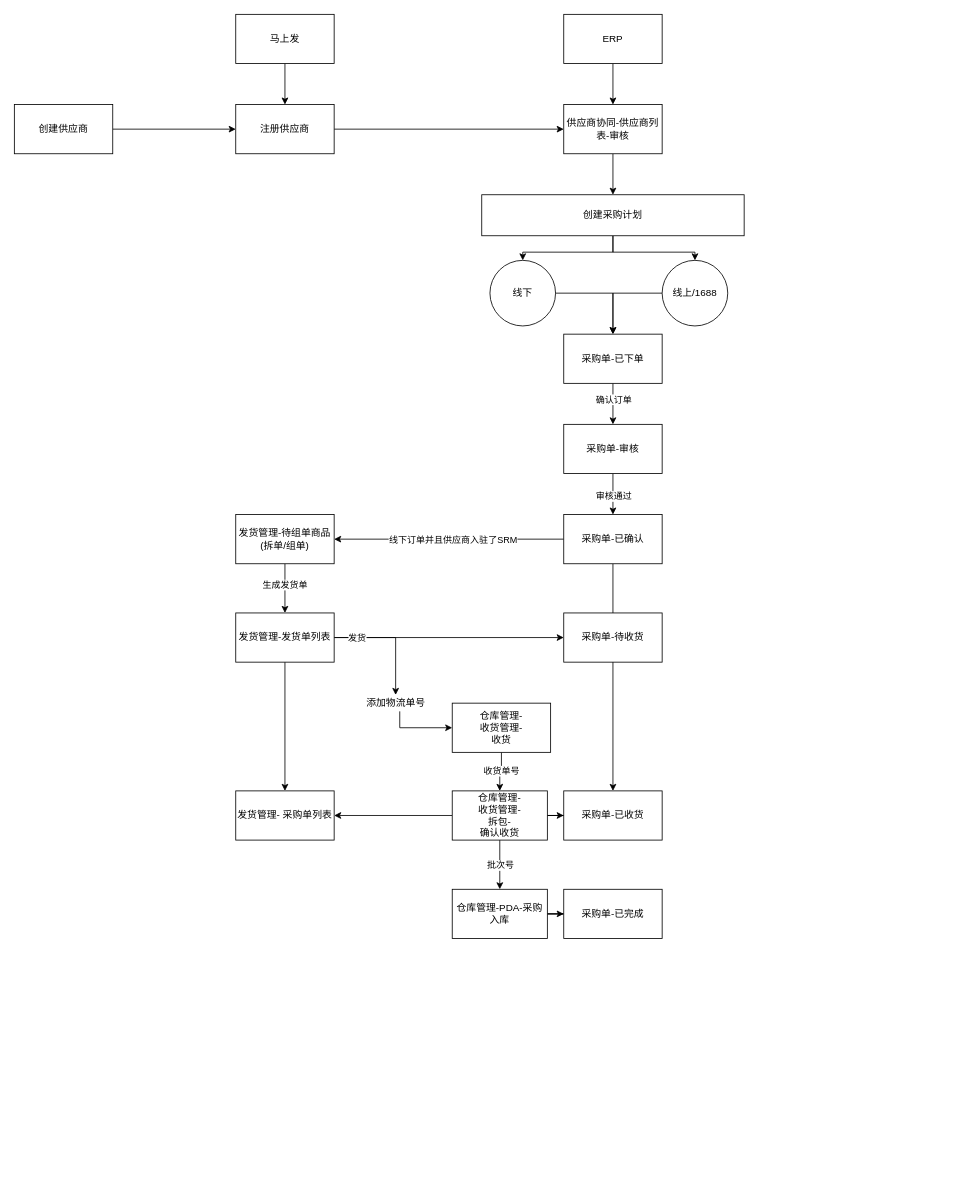
Earlier version of the draw.io diagram Untitled Diagram.drawio (gmkgmk/blog). Source tidied: cells renumbered, new cells numbered last; positions are measured from the earlier drawing's top-left corner, leaving out a move shared by most shapes. Both pictures are drawn from the tidied source at 82%, with x=0, y=0 at pixel (14, 14).
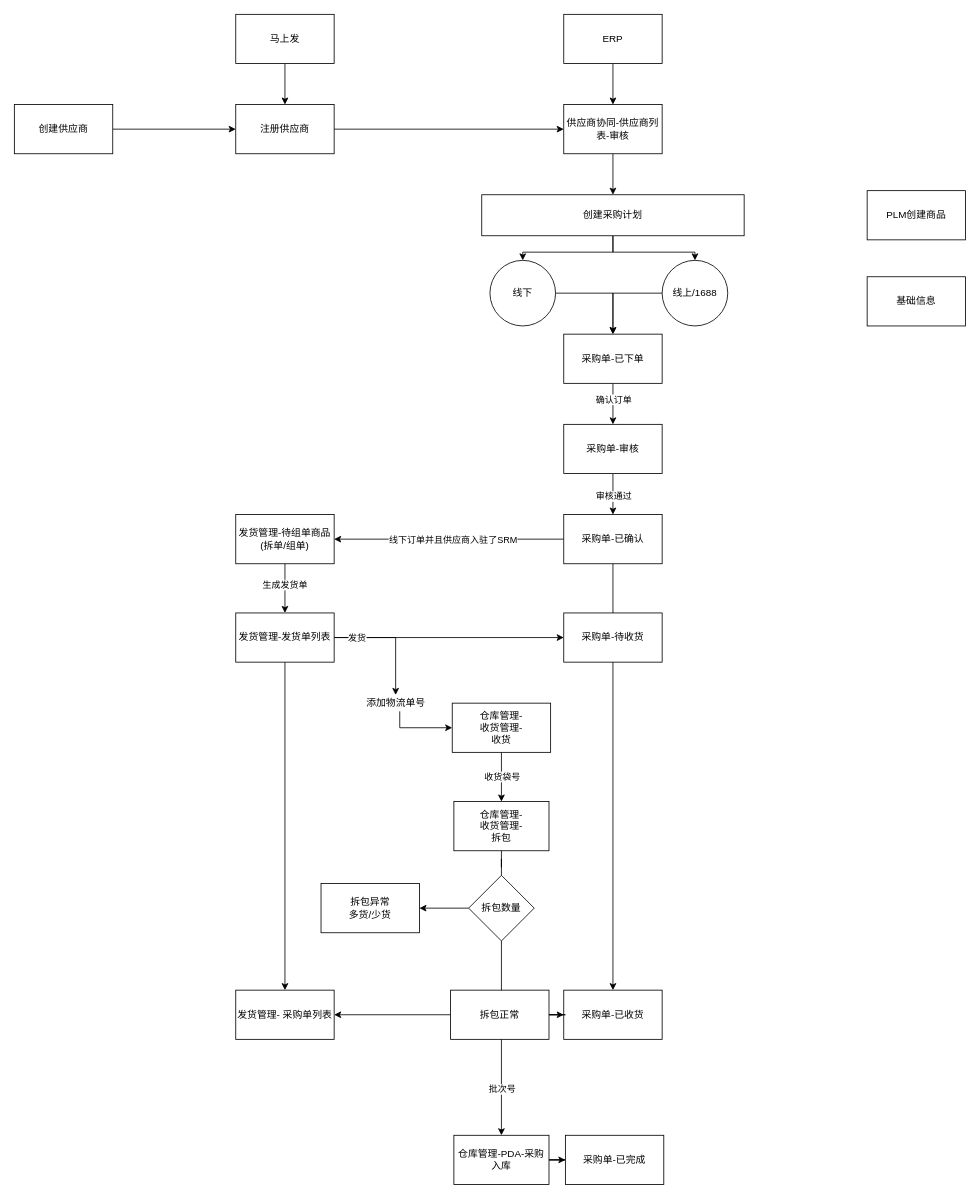
The same page after the edit.

Unchanged cells that the change refers to:
```xml
<mxCell id="37" style="edgeStyle=orthogonalEdgeStyle;rounded=0;jettySize=auto;html=1;" parent="1" edge="1" source="39" target="46">
  <mxGeometry relative="1" as="geometry" />
</mxCell>
```

The edit, as a diff of the source:
```diff
@@
-    <mxCell id="38" value="收货单号" style="edgeLabel;html=1;align=center;verticalAlign=middle;" parent="37" vertex="1">
-      <mxGeometry x="-0.12" y="-1" relative="1" as="geometry" />
-    </mxCell>
+    <mxCell id="53" value="收货袋号" style="edgeLabel;html=1;align=center;verticalAlign=middle;" parent="37" vertex="1">
+      <mxGeometry x="-0.04" y="-3" relative="1" as="geometry">
+        <mxPoint x="3" as="offset" />
+      </mxGeometry>
+    </mxCell>
@@
-    <mxCell id="42" style="edgeStyle=orthogonalEdgeStyle;rounded=0;jettySize=auto;html=1;entryX=0.5;entryY=0;entryDx=0;entryDy=0;" parent="1" edge="1" source="46" target="48">
+    <mxCell id="42" style="edgeStyle=orthogonalEdgeStyle;rounded=0;jettySize=auto;html=1;entryX=0.5;entryY=0;entryDx=0;entryDy=0;startArrow=none;" parent="1" edge="1" source="55" target="48">
       <mxGeometry relative="1" as="geometry" />
     </mxCell>
     <mxCell id="43" value="批次号" style="edgeLabel;html=1;align=center;verticalAlign=middle;" parent="42" vertex="1">
       <mxGeometry x="0.33" y="1" relative="1" as="geometry">
-        <mxPoint x="-1" y="-10" as="offset" />
+        <mxPoint x="-1" y="22" as="offset" />
       </mxGeometry>
     </mxCell>
-    <mxCell id="44" style="edgeStyle=orthogonalEdgeStyle;rounded=0;jettySize=auto;html=1;entryX=1;entryY=0.5;entryDx=0;entryDy=0;" parent="1" edge="1" source="46" target="50">
-      <mxGeometry relative="1" as="geometry" />
-    </mxCell>
-    <mxCell id="45" style="edgeStyle=orthogonalEdgeStyle;rounded=0;jettySize=auto;html=1;" parent="1" edge="1" source="46" target="49">
-      <mxGeometry relative="1" as="geometry" />
-    </mxCell>
-    <mxCell id="46" value="仓库管理-&lt;br&gt;收货管理-&lt;br&gt;拆包-&lt;br&gt;确认收货" style="rounded=0;whiteSpace=wrap;html=1;" parent="1" vertex="1">
-      <mxGeometry x="534" y="947" width="116" height="60" as="geometry" />
+    <mxCell id="46" value="仓库管理-&lt;br&gt;收货管理-&lt;br&gt;拆包" style="rounded=0;whiteSpace=wrap;html=1;" parent="1" vertex="1">
+      <mxGeometry x="536" y="960" width="116" height="60" as="geometry" />
     </mxCell>
@@
     <mxCell id="48" value="仓库管理-PDA-采购入库" style="rounded=0;whiteSpace=wrap;html=1;" parent="1" vertex="1">
-      <mxGeometry x="534" y="1067" width="116" height="60" as="geometry" />
+      <mxGeometry x="536" y="1367" width="116" height="60" as="geometry" />
     </mxCell>
     <mxCell id="49" value="采购单-已收货" style="rounded=0;whiteSpace=wrap;html=1;" parent="1" vertex="1">
-      <mxGeometry x="670" y="947" width="120" height="60" as="geometry" />
+      <mxGeometry x="670" y="1190" width="120" height="60" as="geometry" />
     </mxCell>
     <mxCell id="50" value="发货管理- 采购单列表" style="rounded=0;whiteSpace=wrap;html=1;" parent="1" vertex="1">
-      <mxGeometry x="270" y="947" width="120" height="60" as="geometry" />
+      <mxGeometry x="270" y="1190" width="120" height="60" as="geometry" />
     </mxCell>
     <mxCell id="51" value="采购单-已完成" style="rounded=0;whiteSpace=wrap;html=1;" parent="1" vertex="1">
-      <mxGeometry x="670" y="1067" width="120" height="60" as="geometry" />
+      <mxGeometry x="672" y="1367" width="120" height="60" as="geometry" />
     </mxCell>
@@
+    <mxCell id="54" style="edgeStyle=orthogonalEdgeStyle;rounded=0;jettySize=auto;html=1;" parent="1" edge="1" source="55" target="60">
+      <mxGeometry relative="1" as="geometry" />
+    </mxCell>
+    <mxCell id="55" value="&lt;span&gt;拆包数量&lt;/span&gt;" style="rhombus;whiteSpace=wrap;html=1;" parent="1" vertex="1">
+      <mxGeometry x="554" y="1050" width="80" height="80" as="geometry" />
+    </mxCell>
+    <mxCell id="56" style="edgeStyle=orthogonalEdgeStyle;rounded=0;jettySize=auto;html=1;entryX=0.5;entryY=0;entryDx=0;entryDy=0;endArrow=none;" parent="1" edge="1" source="46" target="55">
+      <mxGeometry relative="1" as="geometry" />
+    </mxCell>
+    <mxCell id="57" style="edgeStyle=orthogonalEdgeStyle;rounded=0;jettySize=auto;html=1;" parent="1" edge="1" source="59" target="49">
+      <mxGeometry relative="1" as="geometry" />
+    </mxCell>
+    <mxCell id="58" style="edgeStyle=orthogonalEdgeStyle;rounded=0;jettySize=auto;html=1;" parent="1" edge="1" source="59" target="50">
+      <mxGeometry relative="1" as="geometry" />
+    </mxCell>
+    <mxCell id="59" value="拆包正常" style="rounded=0;whiteSpace=wrap;html=1;" parent="1" vertex="1">
+      <mxGeometry x="532" y="1190" width="120" height="60" as="geometry" />
+    </mxCell>
+    <mxCell id="60" value="拆包异常&lt;br&gt;多货/少货" style="whiteSpace=wrap;html=1;" parent="1" vertex="1">
+      <mxGeometry x="374" y="1060" width="120" height="60" as="geometry" />
+    </mxCell>
+    <mxCell id="61" value="PLM创建商品" style="rounded=0;whiteSpace=wrap;html=1;" parent="1" vertex="1">
+      <mxGeometry x="1040" y="215" width="120" height="60" as="geometry" />
+    </mxCell>
+    <mxCell id="62" value="基础信息" style="rounded=0;whiteSpace=wrap;html=1;" parent="1" vertex="1">
+      <mxGeometry x="1040" y="320" width="120" height="60" as="geometry" />
+    </mxCell>
```
